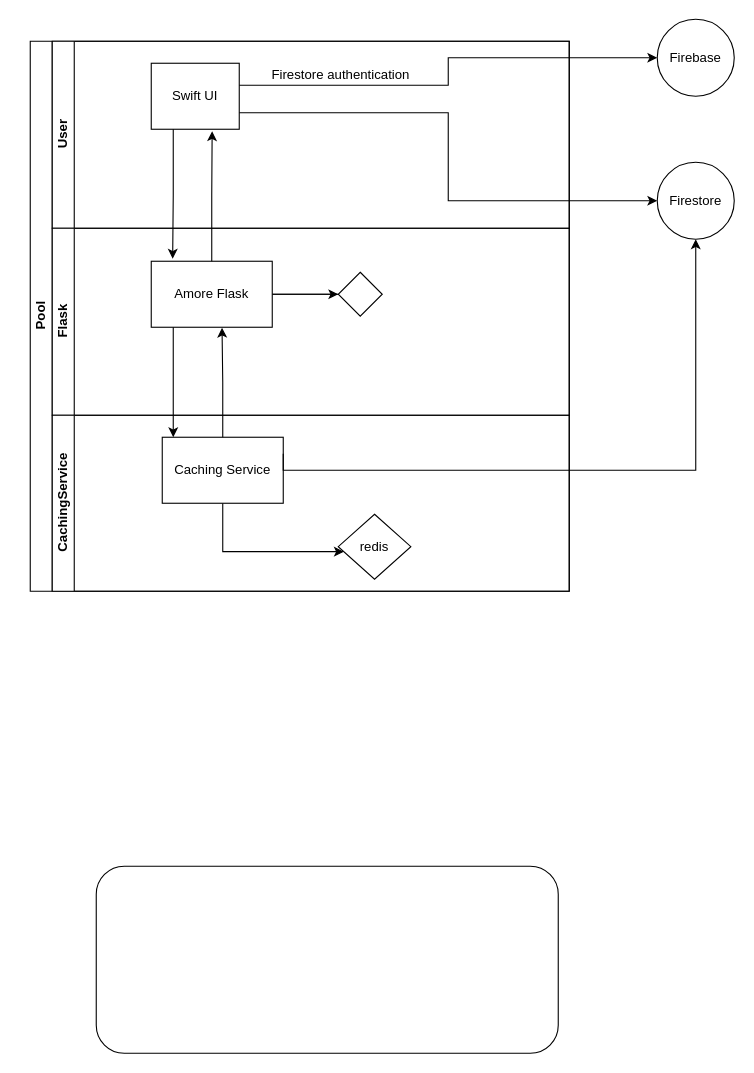
Before: AmoreBrains.drawio in KshitizSharmaV/AmoreCachingService, a draw.io diagram. Source tidied: cells renumbered, new cells numbered last; positions are measured from the earlier drawing's top-left corner, leaving out a move shared by most shapes. Both pictures are drawn from the tidied source at 110%, with x=0, y=0 at pixel (30, 19).
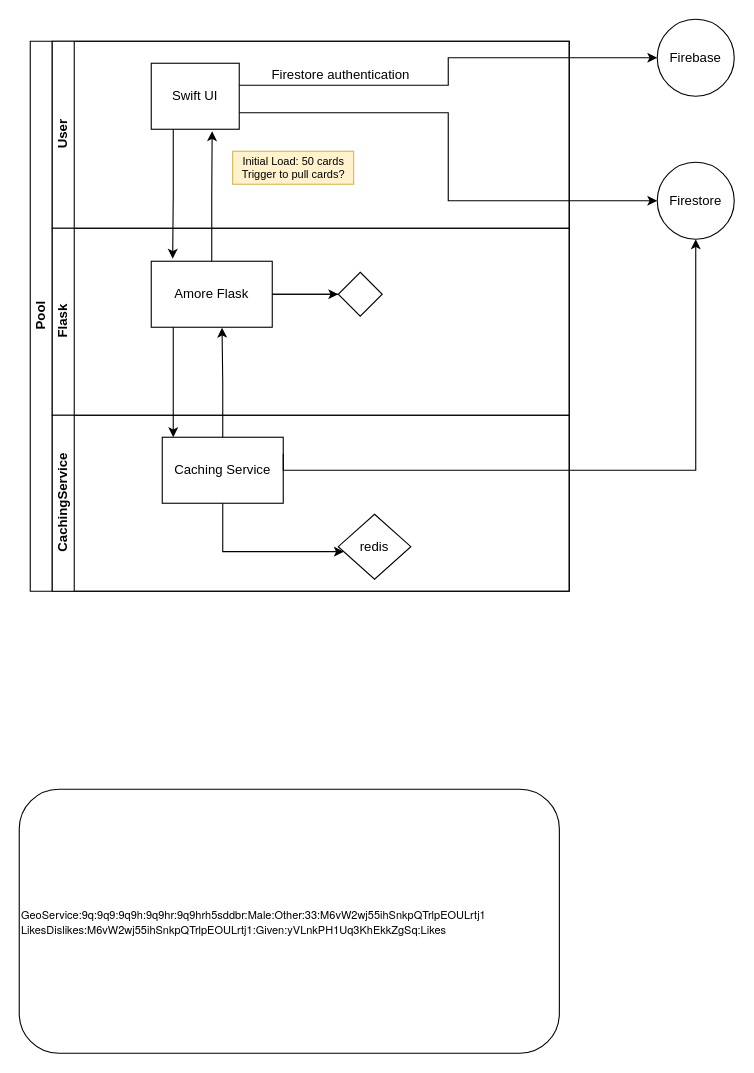
The same page after the edit.

The change refers to these unchanged cells:
```xml
<mxCell id="4" value="User" style="swimlane;html=1;startSize=20;horizontal=0;" parent="2" vertex="1">
  <mxGeometry x="20" width="470" height="170" as="geometry" />
</mxCell>
```

The edit, as a diff of the source:
```diff
@@
+    <mxCell id="25" value="Initial Load: 50 cards&lt;br&gt;Trigger to pull cards?" style="text;html=1;align=center;verticalAlign=middle;strokeColor=#d6b656;fillColor=#fff2cc;fontSize=10;" parent="4" vertex="1">
+      <mxGeometry x="164" y="100" width="110" height="30" as="geometry" />
+    </mxCell>
@@
-    <mxCell id="24" style="rounded=1;whiteSpace=wrap;html=1;" parent="1" vertex="1">
-      <mxGeometry x="60" y="770" width="420" height="170" as="geometry" />
+    <mxCell id="24" value="&lt;p style=&quot;margin: 0px; font-stretch: normal; line-height: normal; font-family: &amp;quot;Helvetica Neue&amp;quot;; font-size: 10px;&quot;&gt;&lt;font style=&quot;font-size: 10px;&quot;&gt;GeoService:9q:9q9:9q9h:9q9hr:9q9hrh5sddbr:Male:Other:33:M6vW2wj55ihSnkpQTrlpEOULrtj1&lt;/font&gt;&lt;/p&gt;&lt;p style=&quot;margin: 0px; font-stretch: normal; line-height: normal; font-family: &amp;quot;Helvetica Neue&amp;quot;; font-size: 10px;&quot;&gt;&lt;font style=&quot;font-size: 10px;&quot;&gt;&lt;/font&gt;&lt;/p&gt;&lt;p style=&quot;margin: 0px; font-stretch: normal; line-height: normal; font-family: &amp;quot;Helvetica Neue&amp;quot;; font-size: 10px;&quot;&gt;&lt;font style=&quot;font-size: 10px;&quot;&gt;LikesDislikes:M6vW2wj55ihSnkpQTrlpEOULrtj1:Given:yVLnkPH1Uq3KhEkkZgSq:Likes&lt;/font&gt;&lt;/p&gt;" style="rounded=1;whiteSpace=wrap;html=1;align=left;" parent="1" vertex="1">
+      <mxGeometry x="-10" y="700" width="491" height="240" as="geometry" />
     </mxCell>
```
